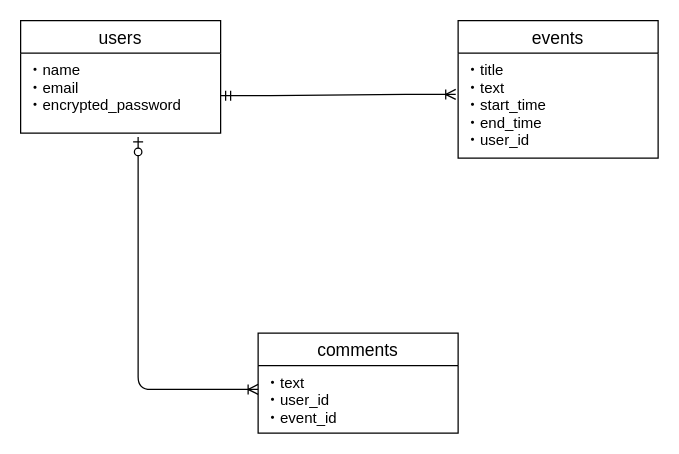
The draw.io diagram ER.dio in nikan006/calendar-app, before the edit. Source tidied: cells renumbered, new cells numbered last; positions are measured from the earlier drawing's top-left corner, leaving out a move shared by most shapes. Both pictures are drawn from the tidied source at 125%, with x=0, y=0 at pixel (20, 20).
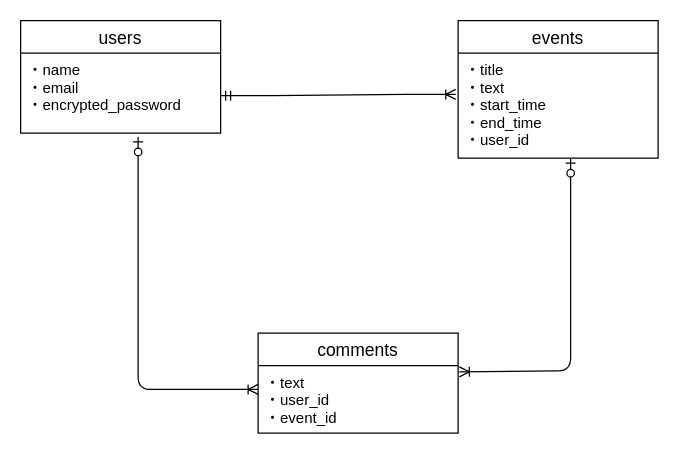
Above is the later version.

Change to the diagram source:
```diff
@@
 <mxGraphModel>
   <root>
     <mxCell id="0" />
     <mxCell id="1" parent="0" />
     <mxCell id="2" value="events" style="swimlane;fontStyle=0;horizontal=1;startSize=26;align=center;fontSize=14;" parent="1" vertex="1">
       <mxGeometry x="350" width="160" height="110" as="geometry" />
     </mxCell>
     <mxCell id="3" value="・title&#10;・text&#10;・start_time&#10;・end_time&#10;・user_id&#10;" style="text;strokeColor=none;fillColor=none;spacingLeft=4;spacingRight=4;overflow=hidden;points=[[0,0.5],[1,0.5]];portConstraint=eastwest;fontSize=12;" parent="2" vertex="1">
       <mxGeometry y="26" width="160" height="84" as="geometry" />
     </mxCell>
     <mxCell id="4" value="users" style="swimlane;fontStyle=0;horizontal=1;startSize=26;align=center;fontSize=14;" parent="1" vertex="1">
       <mxGeometry width="160" height="90" as="geometry" />
     </mxCell>
     <mxCell id="5" value="・name&#10;・email&#10;・encrypted_password&#10;" style="text;strokeColor=none;fillColor=none;spacingLeft=4;spacingRight=4;overflow=hidden;fontSize=12;" parent="4" vertex="1">
       <mxGeometry y="26" width="160" height="64" as="geometry" />
     </mxCell>
     <mxCell id="6" style="edgeStyle=entityRelationEdgeStyle;fontSize=12;html=1;endArrow=ERoneToMany;startArrow=ERmandOne;entryX=-0.012;entryY=0.393;entryDx=0;entryDy=0;entryPerimeter=0;" parent="1" edge="1" target="3">
       <mxGeometry relative="1" as="geometry">
         <mxPoint x="160" y="60" as="sourcePoint" />
       </mxGeometry>
     </mxCell>
     <mxCell id="7" value="comments" style="swimlane;fontStyle=0;horizontal=1;startSize=26;align=center;fontSize=14;" parent="1" vertex="1">
       <mxGeometry x="190" y="250" width="160" height="80" as="geometry" />
     </mxCell>
     <mxCell id="8" value="・text&#10;・user_id&#10;・event_id" style="text;strokeColor=none;fillColor=none;spacingLeft=4;spacingRight=4;overflow=hidden;points=[[0,0.5],[1,0.5]];portConstraint=eastwest;fontSize=12;" parent="7" vertex="1">
       <mxGeometry y="26" width="160" height="54" as="geometry" />
     </mxCell>
     <mxCell id="9" style="fontSize=12;html=1;endArrow=ERoneToMany;startArrow=ERzeroToOne;" parent="1" edge="1">
       <mxGeometry relative="1" as="geometry">
         <mxPoint x="94" y="93" as="sourcePoint" />
         <mxPoint x="190" y="295" as="targetPoint" />
         <Array as="points">
           <mxPoint x="94" y="295" />
         </Array>
       </mxGeometry>
     </mxCell>
+    <mxCell id="10" style="fontSize=12;html=1;endArrow=ERoneToMany;startArrow=ERzeroToOne;entryX=1.006;entryY=0.093;entryDx=0;entryDy=0;entryPerimeter=0;" parent="1" edge="1" target="8">
+      <mxGeometry relative="1" as="geometry">
+        <mxPoint x="440" y="110" as="sourcePoint" />
+        <Array as="points">
+          <mxPoint x="440" y="280" />
+        </Array>
+      </mxGeometry>
+    </mxCell>
   </root>
 </mxGraphModel>
```
